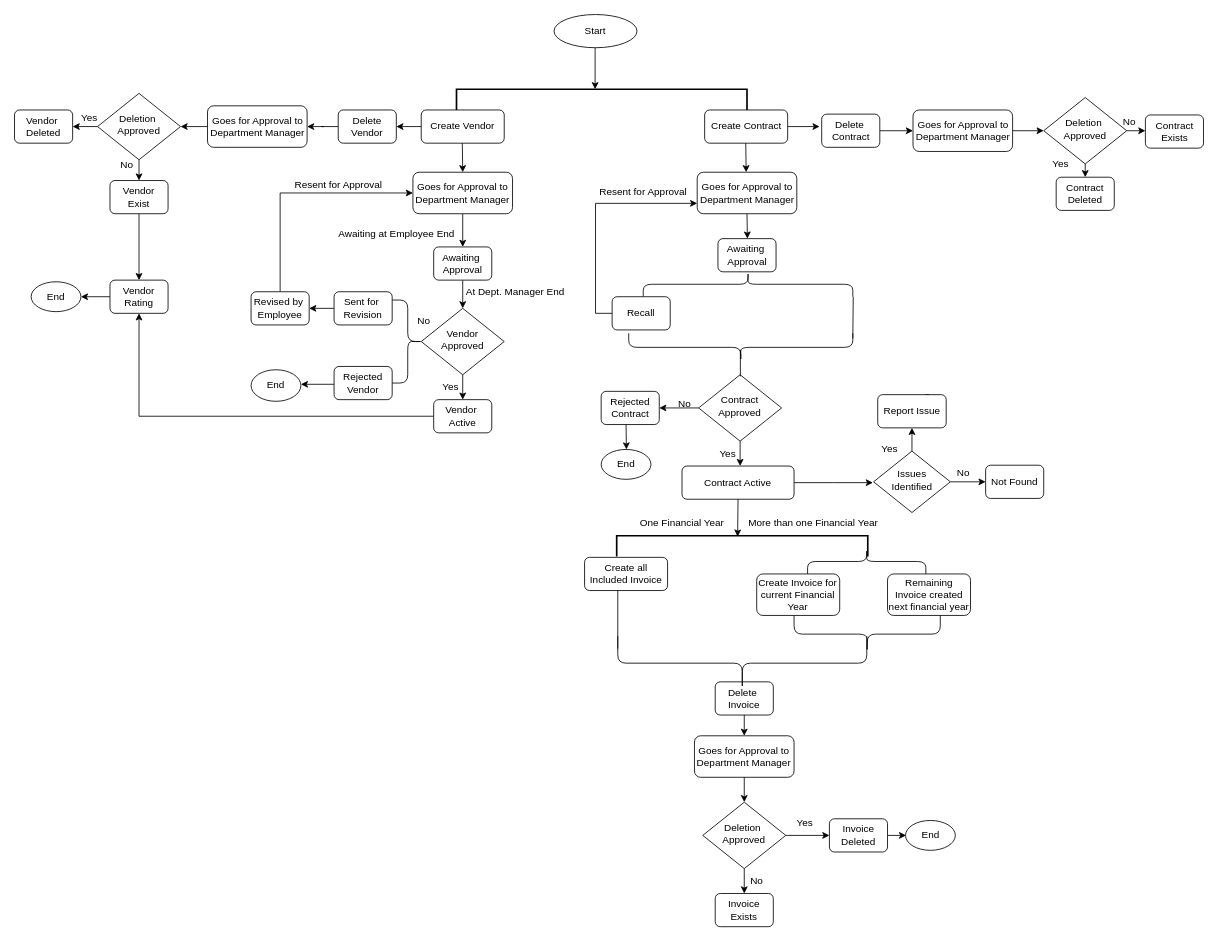
Above: page "Page-2" (2 of 2) of Untitled Diagram.drawio in anjana732/Cv (draw.io), before the change. Source tidied: cells renumbered, new cells numbered last; positions are measured from the earlier drawing's top-left corner, leaving out a move shared by most shapes. Both pictures are drawn from the tidied source at 83%, with x=0, y=0 at pixel (14, 14).
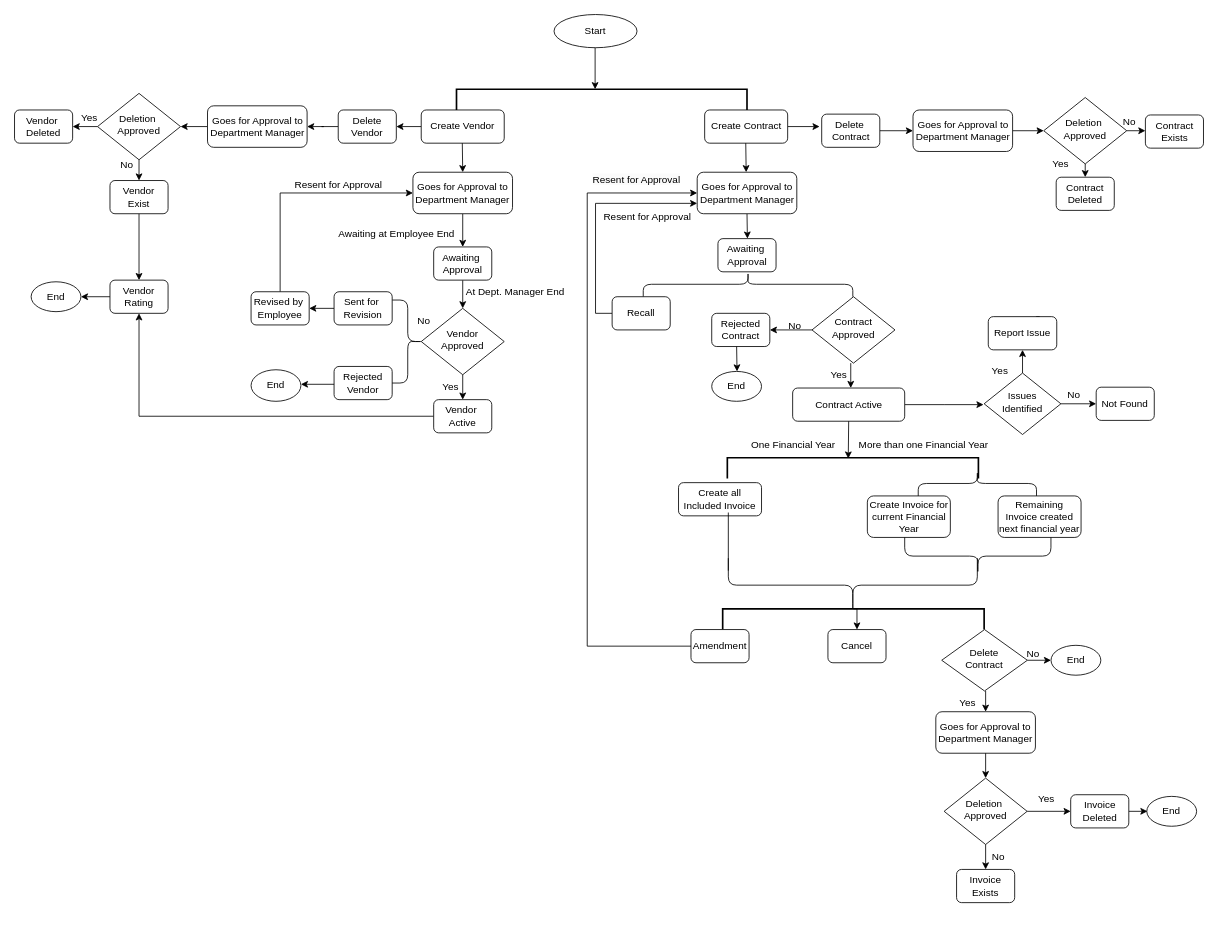
The same diagram, later.

Unchanged cells that the change refers to:
```xml
<mxCell id="27" value="Goes for Approval to Department Manager" style="rounded=1;whiteSpace=wrap;html=1;" parent="1" vertex="1">
  <mxGeometry x="822.5" y="190" width="120" height="50" as="geometry" />
</mxCell>
```

Diff of the diagram source:
```diff
@@
     <mxCell id="29" value="Contract Approved" style="rhombus;whiteSpace=wrap;html=1;shadow=0;fontFamily=Helvetica;fontSize=12;align=center;strokeWidth=1;spacing=6;spacingTop=-4;" parent="1" vertex="1">
-      <mxGeometry x="824.2" y="434" width="100" height="80" as="geometry" />
+      <mxGeometry x="960.8" y="340" width="100" height="80" as="geometry" />
     </mxCell>
     <mxCell id="30" value="Rejected&lt;div&gt;Contract&lt;/div&gt;" style="rounded=1;whiteSpace=wrap;html=1;fontSize=12;glass=0;strokeWidth=1;shadow=0;" parent="1" vertex="1">
-      <mxGeometry x="706.8" y="454" width="70" height="40" as="geometry" />
+      <mxGeometry x="840" y="360" width="70" height="40" as="geometry" />
     </mxCell>
     <mxCell id="31" value="No" style="text;html=1;align=center;verticalAlign=middle;strokeColor=none;fillColor=none;" parent="1" vertex="1">
-      <mxGeometry x="786.8" y="454" width="40" height="30" as="geometry" />
+      <mxGeometry x="920" y="360" width="40" height="30" as="geometry" />
     </mxCell>
     <mxCell id="32" style="edgeStyle=orthogonalEdgeStyle;rounded=0;jettySize=auto;html=1;exitX=1;exitY=0.5;exitDx=0;exitDy=0;" parent="1" edge="1" source="33">
       <mxGeometry relative="1" as="geometry">
-        <mxPoint x="1034.2" y="564" as="targetPoint" />
+        <mxPoint x="1167.5" y="470" as="targetPoint" />
       </mxGeometry>
     </mxCell>
     <mxCell id="33" value="Contract Active" style="rounded=1;whiteSpace=wrap;html=1;fontSize=12;glass=0;strokeWidth=1;shadow=0;" parent="1" vertex="1">
-      <mxGeometry x="804.2" y="544" width="135" height="40" as="geometry" />
+      <mxGeometry x="937.5" y="450" width="135" height="40" as="geometry" />
     </mxCell>
     <mxCell id="34" style="endArrow=classic;html=1;rounded=0;" parent="1" edge="1">
       <mxGeometry relative="1" as="geometry">
-        <mxPoint x="874.2" y="514" as="sourcePoint" />
-        <mxPoint x="874.2" y="544" as="targetPoint" />
+        <mxPoint x="1007.5" y="420" as="sourcePoint" />
+        <mxPoint x="1007.5" y="450" as="targetPoint" />
       </mxGeometry>
     </mxCell>
     <mxCell id="35" value="Yes" style="text;html=1;align=center;verticalAlign=middle;strokeColor=none;fillColor=none;" parent="1" vertex="1">
-      <mxGeometry x="839.2" y="514" width="40" height="30" as="geometry" />
+      <mxGeometry x="972.5" y="420" width="40" height="30" as="geometry" />
     </mxCell>
     <mxCell id="36" style="endArrow=classic;html=1;rounded=0;" parent="1" edge="1">
       <mxGeometry relative="1" as="geometry">
-        <mxPoint x="736.8" y="494" as="sourcePoint" />
-        <mxPoint x="737.2" y="524" as="targetPoint" />
+        <mxPoint x="870" y="400" as="sourcePoint" />
+        <mxPoint x="870.5" y="430" as="targetPoint" />
       </mxGeometry>
     </mxCell>
     <mxCell id="37" value="End" style="ellipse;whiteSpace=wrap;html=1;" parent="1" vertex="1">
-      <mxGeometry x="706.8" y="524" width="60" height="36" as="geometry" />
+      <mxGeometry x="840" y="430" width="60" height="36" as="geometry" />
     </mxCell>
@@
     <mxCell id="39" style="strokeWidth=2;html=1;shape=mxgraph.flowchart.annotation_1;align=left;direction=south;" parent="1" vertex="1">
-      <mxGeometry x="725.5" y="628" width="302.5" height="25" as="geometry" />
+      <mxGeometry x="858.8" y="534" width="302.5" height="25" as="geometry" />
     </mxCell>
     <mxCell id="40" value="One Financial Year" style="text;html=1;align=center;verticalAlign=middle;strokeColor=none;fillColor=none;" parent="1" vertex="1">
-      <mxGeometry x="744.2" y="598" width="120" height="30" as="geometry" />
+      <mxGeometry x="877.5" y="504" width="120" height="30" as="geometry" />
     </mxCell>
     <mxCell id="41" value="More than one Financial Year" style="text;html=1;align=center;verticalAlign=middle;strokeColor=none;fillColor=none;" parent="1" vertex="1">
-      <mxGeometry x="871.8" y="598" width="180" height="30" as="geometry" />
+      <mxGeometry x="1005" y="504" width="180" height="30" as="geometry" />
     </mxCell>
     <mxCell id="42" value="Create all Included Invoice" style="rounded=1;whiteSpace=wrap;html=1;fontSize=12;glass=0;strokeWidth=1;shadow=0;" parent="1" vertex="1">
-      <mxGeometry x="686.8" y="654" width="100" height="40" as="geometry" />
+      <mxGeometry x="800" y="564" width="100" height="40" as="geometry" />
     </mxCell>
     <mxCell id="43" value="Create Invoice for current Financial Year" style="rounded=1;whiteSpace=wrap;html=1;fontSize=12;glass=0;strokeWidth=1;shadow=0;" parent="1" vertex="1">
-      <mxGeometry x="894.2" y="674" width="100" height="50" as="geometry" />
+      <mxGeometry x="1027.5" y="580" width="100" height="50" as="geometry" />
     </mxCell>
@@
     <mxCell id="46" value="Issues&lt;br&gt;Identified" style="rhombus;whiteSpace=wrap;html=1;shadow=0;fontFamily=Helvetica;fontSize=12;align=center;strokeWidth=1;spacing=6;spacingTop=-4;" parent="1" vertex="1">
-      <mxGeometry x="1035" y="526" width="92.5" height="74" as="geometry" />
+      <mxGeometry x="1168.2" y="432" width="92.5" height="74" as="geometry" />
     </mxCell>
     <mxCell id="47" style="edgeStyle=orthogonalEdgeStyle;rounded=0;jettySize=auto;html=1;exitX=0.75;exitY=0;exitDx=0;exitDy=0;" parent="1" edge="1" source="48">
       <mxGeometry relative="1" as="geometry">
-        <mxPoint x="1098" y="478" as="targetPoint" />
+        <mxPoint x="1231.2" y="384" as="targetPoint" />
       </mxGeometry>
     </mxCell>
     <mxCell id="48" value="Report Issue" style="rounded=1;whiteSpace=wrap;html=1;fontSize=12;glass=0;strokeWidth=1;shadow=0;" parent="1" vertex="1">
-      <mxGeometry x="1040" y="458" width="82.5" height="40" as="geometry" />
+      <mxGeometry x="1173.2" y="364" width="82.5" height="40" as="geometry" />
     </mxCell>
     <mxCell id="49" value="Not Found" style="rounded=1;whiteSpace=wrap;html=1;fontSize=12;glass=0;strokeWidth=1;shadow=0;" parent="1" vertex="1">
-      <mxGeometry x="1170" y="543" width="70" height="40" as="geometry" />
+      <mxGeometry x="1303.2" y="449" width="70" height="40" as="geometry" />
     </mxCell>
     <mxCell id="50" value="No" style="text;html=1;align=center;verticalAlign=middle;strokeColor=none;fillColor=none;" parent="1" vertex="1">
-      <mxGeometry x="1122.5" y="538" width="40" height="30" as="geometry" />
+      <mxGeometry x="1255.8" y="444" width="40" height="30" as="geometry" />
     </mxCell>
     <mxCell id="51" value="Yes" style="text;html=1;align=center;verticalAlign=middle;strokeColor=none;fillColor=none;" parent="1" vertex="1">
-      <mxGeometry x="1033.5" y="508" width="40" height="30" as="geometry" />
+      <mxGeometry x="1166.8" y="414" width="40" height="30" as="geometry" />
     </mxCell>
     <mxCell id="52" style="endArrow=classic;html=1;rounded=0;exitX=0.5;exitY=1;exitDx=0;exitDy=0;" parent="1" edge="1" source="33">
       <mxGeometry relative="1" as="geometry">
-        <mxPoint x="871.2" y="629" as="targetPoint" />
+        <mxPoint x="1004.5" y="535" as="targetPoint" />
       </mxGeometry>
     </mxCell>
@@
     <mxCell id="65" style="shape=curlyBracket;whiteSpace=wrap;html=1;rounded=1;flipH=1;labelPosition=right;verticalLabelPosition=middle;align=left;verticalAlign=middle;direction=south;size=0.5;" parent="1" vertex="1">
-      <mxGeometry x="955.5" y="644" width="142.5" height="30" as="geometry" />
+      <mxGeometry x="1088.8" y="550" width="142.5" height="30" as="geometry" />
     </mxCell>
     <mxCell id="66" value="Remaining Invoice created next financial year" style="rounded=1;whiteSpace=wrap;html=1;fontSize=12;glass=0;strokeWidth=1;shadow=0;" parent="1" vertex="1">
-      <mxGeometry x="1051.8" y="674" width="100" height="50" as="geometry" />
+      <mxGeometry x="1185" y="580" width="100" height="50" as="geometry" />
     </mxCell>
     <mxCell id="67" style="shape=curlyBracket;whiteSpace=wrap;html=1;rounded=1;flipH=1;labelPosition=right;verticalLabelPosition=middle;align=left;verticalAlign=middle;direction=north;" parent="1" vertex="1">
-      <mxGeometry x="939.2" y="724" width="176.2" height="45" as="geometry" />
+      <mxGeometry x="1072.5" y="630" width="176.2" height="45" as="geometry" />
     </mxCell>
     <mxCell id="68" value="End" style="ellipse;whiteSpace=wrap;html=1;" parent="1" vertex="1">
-      <mxGeometry x="1073.5" y="971" width="60" height="36" as="geometry" />
+      <mxGeometry x="1364.2" y="942" width="60" height="36" as="geometry" />
     </mxCell>
-    <mxCell id="69" style="edgeStyle=orthogonalEdgeStyle;rounded=0;jettySize=auto;html=1;exitX=0.5;exitY=1;exitDx=0;exitDy=0;entryX=0.5;entryY=0;entryDx=0;entryDy=0;" parent="1" edge="1" source="70" target="71">
-      <mxGeometry relative="1" as="geometry" />
+    <mxCell id="69" style="edgeStyle=orthogonalEdgeStyle;rounded=0;jettySize=auto;html=1;exitX=0.5;exitY=1;exitDx=0;exitDy=0;entryX=0.5;entryY=0;entryDx=0;entryDy=0;" parent="1" edge="1" target="71">
+      <mxGeometry relative="1" as="geometry">
+        <mxPoint x="1170" y="815" as="sourcePoint" />
+      </mxGeometry>
     </mxCell>
-    <mxCell id="70" value="Delete&amp;nbsp;&lt;div&gt;Invoice&lt;/div&gt;" style="rounded=1;whiteSpace=wrap;html=1;fontSize=12;glass=0;strokeWidth=1;shadow=0;" parent="1" vertex="1">
-      <mxGeometry x="844.2" y="804" width="70" height="40" as="geometry" />
-    </mxCell>
     <mxCell id="71" value="Goes for Approval to Department Manager" style="rounded=1;whiteSpace=wrap;html=1;" parent="1" vertex="1">
-      <mxGeometry x="819.2" y="869" width="120" height="50" as="geometry" />
+      <mxGeometry x="1110" y="840" width="120" height="50" as="geometry" />
     </mxCell>
@@
     <mxCell id="73" value="Deletion&amp;nbsp;&lt;div&gt;Approved&lt;/div&gt;" style="rhombus;whiteSpace=wrap;html=1;shadow=0;fontFamily=Helvetica;fontSize=12;align=center;strokeWidth=1;spacing=6;spacingTop=-4;" parent="1" vertex="1">
-      <mxGeometry x="829.2" y="949" width="100" height="80" as="geometry" />
+      <mxGeometry x="1120" y="920" width="100" height="80" as="geometry" />
     </mxCell>
     <mxCell id="74" value="No" style="text;html=1;align=center;verticalAlign=middle;strokeColor=none;fillColor=none;" parent="1" vertex="1">
-      <mxGeometry x="874.2" y="1029" width="40" height="30" as="geometry" />
+      <mxGeometry x="1165" y="1000" width="40" height="30" as="geometry" />
     </mxCell>
     <mxCell id="75" value="&lt;div&gt;Invoice&lt;/div&gt;Exists" style="rounded=1;whiteSpace=wrap;html=1;fontSize=12;glass=0;strokeWidth=1;shadow=0;" parent="1" vertex="1">
-      <mxGeometry x="844.2" y="1059" width="70" height="40" as="geometry" />
+      <mxGeometry x="1135" y="1030" width="70" height="40" as="geometry" />
     </mxCell>
     <mxCell id="76" style="endArrow=classic;html=1;rounded=0;" parent="1" edge="1">
       <mxGeometry relative="1" as="geometry">
-        <mxPoint x="879.2" y="1029" as="sourcePoint" />
-        <mxPoint x="879.2" y="1059" as="targetPoint" />
+        <mxPoint x="1170" y="1000" as="sourcePoint" />
+        <mxPoint x="1170" y="1030" as="targetPoint" />
       </mxGeometry>
     </mxCell>
     <mxCell id="77" value="Yes" style="text;html=1;align=center;verticalAlign=middle;strokeColor=none;fillColor=none;" parent="1" vertex="1">
-      <mxGeometry x="931.8" y="959" width="40" height="30" as="geometry" />
+      <mxGeometry x="1222.5" y="930" width="40" height="30" as="geometry" />
     </mxCell>
@@
     <mxCell id="79" style="edgeStyle=orthogonalEdgeStyle;rounded=0;jettySize=auto;html=1;exitX=1;exitY=0.5;exitDx=0;exitDy=0;" parent="1" edge="1" source="80">
       <mxGeometry relative="1" as="geometry">
-        <mxPoint x="1074.2" y="989" as="targetPoint" />
+        <mxPoint x="1365" y="960" as="targetPoint" />
       </mxGeometry>
     </mxCell>
     <mxCell id="80" value="&lt;div&gt;Invoice&lt;/div&gt;&lt;div&gt;Deleted&lt;/div&gt;" style="rounded=1;whiteSpace=wrap;html=1;fontSize=12;glass=0;strokeWidth=1;shadow=0;" parent="1" vertex="1">
-      <mxGeometry x="981.8" y="969" width="70" height="40" as="geometry" />
+      <mxGeometry x="1272.5" y="940" width="70" height="40" as="geometry" />
     </mxCell>
     <mxCell id="81" style="shape=curlyBracket;whiteSpace=wrap;html=1;rounded=1;flipH=1;labelPosition=right;verticalLabelPosition=middle;align=left;verticalAlign=middle;direction=north;" parent="1" vertex="1">
-      <mxGeometry x="726.8" y="749" width="300" height="65" as="geometry" />
+      <mxGeometry x="860" y="655" width="300" height="65" as="geometry" />
     </mxCell>
     <mxCell id="82" style="endArrow=none;html=1;rounded=0;" parent="1" edge="1">
       <mxGeometry relative="1" as="geometry">
-        <mxPoint x="726.8" y="764" as="sourcePoint" />
-        <mxPoint x="726.8" y="694" as="targetPoint" />
+        <mxPoint x="860" y="670" as="sourcePoint" />
+        <mxPoint x="860" y="600" as="targetPoint" />
       </mxGeometry>
     </mxCell>
@@
     <mxCell id="107" value="Resent for Approval" style="text;whiteSpace=wrap;html=1;" parent="1" vertex="1">
-      <mxGeometry x="702.5" y="200" width="140" height="40" as="geometry" />
+      <mxGeometry x="707.5" y="230" width="140" height="40" as="geometry" />
     </mxCell>
-    <mxCell id="108" style="shape=curlyBracket;whiteSpace=wrap;html=1;rounded=1;labelPosition=left;verticalLabelPosition=middle;align=right;verticalAlign=middle;direction=north;" parent="1" vertex="1">
-      <mxGeometry x="740" y="384" width="270" height="34" as="geometry" />
-    </mxCell>
-    <mxCell id="109" style="endArrow=none;html=1;rounded=0;" parent="1" edge="1">
-      <mxGeometry relative="1" as="geometry">
-        <mxPoint x="1010" y="390" as="sourcePoint" />
-        <mxPoint x="1010.5" y="340" as="targetPoint" />
-      </mxGeometry>
-    </mxCell>
-    <mxCell id="110" style="endArrow=none;html=1;rounded=0;" parent="1" edge="1">
-      <mxGeometry relative="1" as="geometry">
-        <mxPoint x="874.5" y="436" as="sourcePoint" />
-        <mxPoint x="874.5" y="404" as="targetPoint" />
-      </mxGeometry>
-    </mxCell>
+    <mxCell id="111" style="edgeStyle=orthogonalEdgeStyle;rounded=0;jettySize=auto;html=1;exitX=0;exitY=0.5;exitDx=0;exitDy=0;exitPerimeter=0;entryX=0.5;entryY=0;entryDx=0;entryDy=0;" parent="1" edge="1" source="112" target="113">
+      <mxGeometry relative="1" as="geometry" />
+    </mxCell>
+    <mxCell id="112" style="strokeWidth=2;html=1;shape=mxgraph.flowchart.annotation_1;align=left;direction=south;" parent="1" vertex="1">
+      <mxGeometry x="853.2" y="716" width="315" height="25" as="geometry" />
+    </mxCell>
+    <mxCell id="113" value="Cancel" style="rounded=1;whiteSpace=wrap;html=1;fontSize=12;glass=0;strokeWidth=1;shadow=0;" parent="1" vertex="1">
+      <mxGeometry x="980" y="741" width="70" height="40" as="geometry" />
+    </mxCell>
+    <mxCell id="114" style="edgeStyle=orthogonalEdgeStyle;rounded=0;jettySize=auto;html=1;exitX=1;exitY=0.5;exitDx=0;exitDy=0;entryX=0;entryY=0.5;entryDx=0;entryDy=0;" parent="1" edge="1" source="115" target="117">
+      <mxGeometry relative="1" as="geometry" />
+    </mxCell>
+    <mxCell id="115" value="Delete&lt;div&gt;Contract&lt;/div&gt;" style="rhombus;whiteSpace=wrap;html=1;shadow=0;fontFamily=Helvetica;fontSize=12;align=center;strokeWidth=1;spacing=6;spacingTop=-4;" parent="1" vertex="1">
+      <mxGeometry x="1117.1" y="741" width="103.2" height="74" as="geometry" />
+    </mxCell>
+    <mxCell id="116" value="Yes" style="text;html=1;align=center;verticalAlign=middle;strokeColor=none;fillColor=none;" parent="1" vertex="1">
+      <mxGeometry x="1128.4" y="815" width="40" height="30" as="geometry" />
+    </mxCell>
+    <mxCell id="117" value="End" style="ellipse;whiteSpace=wrap;html=1;" parent="1" vertex="1">
+      <mxGeometry x="1248.8" y="760" width="60" height="36" as="geometry" />
+    </mxCell>
+    <mxCell id="118" value="No" style="text;html=1;align=center;verticalAlign=middle;strokeColor=none;fillColor=none;" parent="1" vertex="1">
+      <mxGeometry x="1206.8" y="755" width="40" height="30" as="geometry" />
+    </mxCell>
+    <mxCell id="119" style="edgeStyle=orthogonalEdgeStyle;rounded=0;jettySize=auto;html=1;exitX=0;exitY=0.5;exitDx=0;exitDy=0;entryX=0;entryY=0.5;entryDx=0;entryDy=0;" parent="1" edge="1" source="120" target="27">
+      <mxGeometry relative="1" as="geometry">
+        <Array as="points">
+          <mxPoint x="690" y="761" />
+          <mxPoint x="690" y="215" />
+        </Array>
+      </mxGeometry>
+    </mxCell>
+    <mxCell id="120" value="Amendment" style="rounded=1;whiteSpace=wrap;html=1;fontSize=12;glass=0;strokeWidth=1;shadow=0;" parent="1" vertex="1">
+      <mxGeometry x="815" y="741" width="70" height="40" as="geometry" />
+    </mxCell>
+    <mxCell id="121" value="&lt;span style=&quot;color: rgb(0, 0, 0); font-family: Helvetica; font-size: 12px; font-style: normal; font-variant-ligatures: normal; font-variant-caps: normal; font-weight: 400; letter-spacing: normal; orphans: 2; text-align: left; text-indent: 0px; text-transform: none; widows: 2; word-spacing: 0px; -webkit-text-stroke-width: 0px; white-space: normal; background-color: rgb(251, 251, 251); text-decoration-thickness: initial; text-decoration-style: initial; text-decoration-color: initial; display: inline !important; float: none;&quot;&gt;Resent for Approval&lt;/span&gt;" style="text;whiteSpace=wrap;html=1;" parent="1" vertex="1">
+      <mxGeometry x="695" y="185" width="140" height="40" as="geometry" />
+    </mxCell>
```
